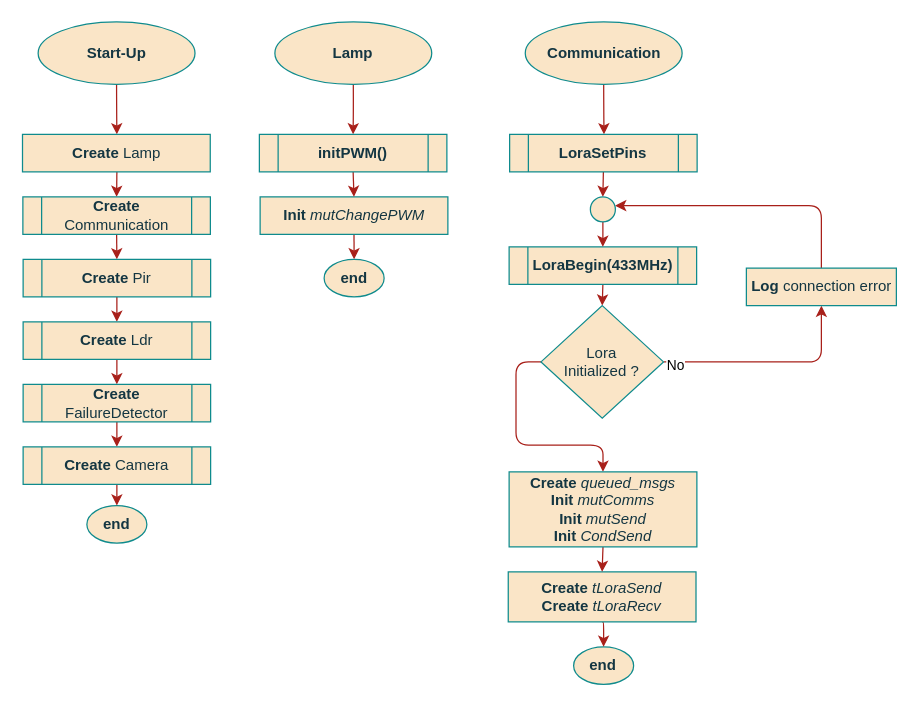
Above: page "boot" (3 of 7) of project/report/flowcharts/LStasks/tLampControl.drawio in ESRGgroup9/slipad (draw.io), before the change. Source tidied: cells renumbered, new cells numbered last; positions are measured from the earlier drawing's top-left corner, leaving out a move shared by most shapes. Both pictures are drawn from the tidied source at 125%, with x=0, y=0 at pixel (22, 21).
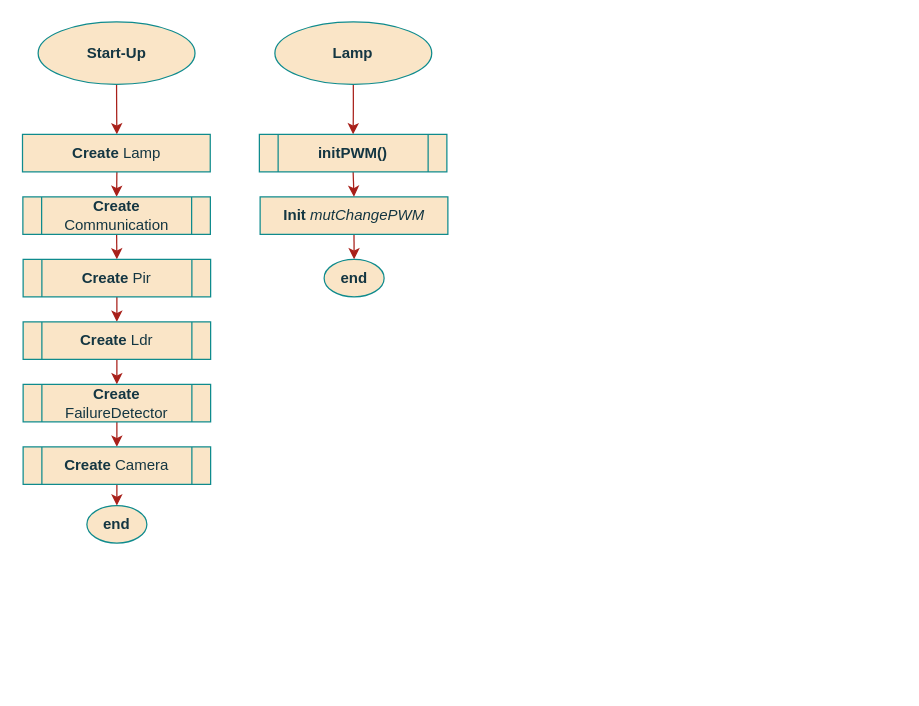
Above is the later version.

Diff of the diagram source:
```diff
@@
-    <mxCell id="2" style="edgeStyle=orthogonalEdgeStyle;curved=0;rounded=1;sketch=0;jettySize=auto;html=1;exitX=0.5;exitY=1;exitDx=0;exitDy=0;entryX=0.5;entryY=0;entryDx=0;entryDy=0;fontColor=#143642;strokeColor=#A8201A;fillColor=#FAE5C7;" parent="1" edge="1" source="3">
-      <mxGeometry relative="1" as="geometry">
-        <mxPoint x="464.7" y="90" as="targetPoint" />
-      </mxGeometry>
-    </mxCell>
-    <mxCell id="3" value="Communication" style="ellipse;whiteSpace=wrap;html=1;fillColor=#FAE5C7;strokeColor=#0F8B8D;fontColor=#143642;fontStyle=1;" parent="1" vertex="1">
-      <mxGeometry x="401.7" width="125.5" height="50" as="geometry" />
-    </mxCell>
-    <mxCell id="4" value="end" style="ellipse;whiteSpace=wrap;html=1;fillColor=#FAE5C7;strokeColor=#0F8B8D;fontColor=#143642;fontStyle=1;" parent="1" vertex="1">
-      <mxGeometry x="440.4" y="500" width="48" height="30" as="geometry" />
-    </mxCell>
-    <mxCell id="5" style="edgeStyle=orthogonalEdgeStyle;rounded=1;jettySize=auto;html=1;exitX=0.5;exitY=1;exitDx=0;exitDy=0;entryX=0.5;entryY=0;entryDx=0;entryDy=0;fontSize=11;strokeColor=#A8201A;" parent="1" edge="1" source="6" target="11">
-      <mxGeometry relative="1" as="geometry" />
-    </mxCell>
-    <mxCell id="6" value="LoraBegin(433MHz)" style="shape=process;whiteSpace=wrap;html=1;backgroundOutline=1;rounded=0;sketch=0;fontColor=#143642;strokeColor=#0F8B8D;fillColor=#FAE5C7;fontStyle=1;" parent="1" vertex="1">
-      <mxGeometry x="388.8" y="180" width="150" height="30" as="geometry" />
-    </mxCell>
-    <mxCell id="7" style="edgeStyle=orthogonalEdgeStyle;rounded=1;jettySize=auto;html=1;exitX=0.5;exitY=0;exitDx=0;exitDy=0;fontSize=11;strokeColor=#A8201A;startArrow=none;" parent="1" edge="1" source="16">
-      <mxGeometry relative="1" as="geometry">
-        <mxPoint x="473.6" y="147" as="targetPoint" />
-        <Array as="points">
-          <mxPoint x="638.6" y="147" />
-        </Array>
-      </mxGeometry>
-    </mxCell>
-    <mxCell id="8" style="edgeStyle=orthogonalEdgeStyle;rounded=1;jettySize=auto;html=1;exitX=1;exitY=0.5;exitDx=0;exitDy=0;entryX=0.5;entryY=1;entryDx=0;entryDy=0;fontSize=11;strokeColor=#A8201A;" parent="1" edge="1" source="11" target="16">
-      <mxGeometry relative="1" as="geometry" />
-    </mxCell>
-    <mxCell id="9" value="No" style="edgeLabel;html=1;align=center;verticalAlign=middle;fontSize=11;" parent="8" vertex="1">
-      <mxGeometry x="-0.9" y="-2" relative="1" as="geometry" />
-    </mxCell>
-    <mxCell id="10" style="edgeStyle=orthogonalEdgeStyle;rounded=1;jettySize=auto;html=1;exitX=0;exitY=0.5;exitDx=0;exitDy=0;entryX=0.5;entryY=0;entryDx=0;entryDy=0;strokeColor=#A8201A;" parent="1" edge="1" source="11" target="42">
-      <mxGeometry relative="1" as="geometry" />
-    </mxCell>
-    <mxCell id="11" value="&lt;div&gt;Lora&lt;/div&gt;&lt;div&gt;Initialized ?&lt;/div&gt;" style="rhombus;whiteSpace=wrap;html=1;rounded=0;sketch=0;fontColor=#143642;strokeColor=#0F8B8D;fillColor=#FAE5C7;" parent="1" vertex="1">
-      <mxGeometry x="414.3" y="227" width="98" height="90" as="geometry" />
-    </mxCell>
-    <mxCell id="12" style="edgeStyle=orthogonalEdgeStyle;rounded=1;jettySize=auto;html=1;exitX=0.5;exitY=1;exitDx=0;exitDy=0;entryX=0.5;entryY=0;entryDx=0;entryDy=0;fontSize=11;strokeColor=#A8201A;startArrow=none;" parent="1" edge="1" source="15" target="6">
-      <mxGeometry relative="1" as="geometry" />
-    </mxCell>
-    <mxCell id="13" style="edgeStyle=orthogonalEdgeStyle;rounded=1;jettySize=auto;html=1;exitX=0.5;exitY=1;exitDx=0;exitDy=0;entryX=0.5;entryY=0;entryDx=0;entryDy=0;strokeColor=#A8201A;" parent="1" edge="1" source="14" target="15">
-      <mxGeometry relative="1" as="geometry" />
-    </mxCell>
-    <mxCell id="14" value="LoraSetPins" style="shape=process;whiteSpace=wrap;html=1;backgroundOutline=1;rounded=0;sketch=0;fontColor=#143642;strokeColor=#0F8B8D;fillColor=#FAE5C7;fontStyle=1;" parent="1" vertex="1">
-      <mxGeometry x="389.2" y="90" width="150" height="30" as="geometry" />
-    </mxCell>
-    <mxCell id="15" style="ellipse;whiteSpace=wrap;html=1;rounded=0;sketch=0;fontColor=#143642;strokeColor=#0F8B8D;fillColor=#FAE5C7;" parent="1" vertex="1">
-      <mxGeometry x="453.8" y="140" width="20" height="20" as="geometry" />
-    </mxCell>
-    <mxCell id="16" value="&lt;b&gt;Log&lt;/b&gt; connection error" style="rounded=0;whiteSpace=wrap;html=1;sketch=0;fontColor=#143642;strokeColor=#0F8B8D;fillColor=#FAE5C7;" parent="1" vertex="1">
-      <mxGeometry x="578.6" y="197" width="120" height="30" as="geometry" />
-    </mxCell>
@@
-    <mxCell id="23" style="edgeStyle=orthogonalEdgeStyle;rounded=1;jettySize=auto;html=1;exitX=0.5;exitY=1;exitDx=0;exitDy=0;entryX=0.5;entryY=0;entryDx=0;entryDy=0;strokeColor=#A8201A;" parent="1" edge="1" source="24" target="4">
-      <mxGeometry relative="1" as="geometry" />
-    </mxCell>
-    <mxCell id="24" value="&lt;div&gt;&lt;b&gt;Create&lt;/b&gt; &lt;i&gt;tLoraSend&lt;/i&gt;&lt;/div&gt;&lt;div&gt;&lt;b&gt;Create&lt;/b&gt; &lt;i&gt;tLoraRecv&lt;/i&gt;&lt;/div&gt;" style="rounded=0;whiteSpace=wrap;html=1;sketch=0;fontColor=#143642;strokeColor=#0F8B8D;fillColor=#FAE5C7;" parent="1" vertex="1">
-      <mxGeometry x="388.1" y="440" width="150.2" height="40" as="geometry" />
-    </mxCell>
@@
-    <mxCell id="41" style="edgeStyle=orthogonalEdgeStyle;rounded=1;jettySize=auto;html=1;exitX=0.5;exitY=1;exitDx=0;exitDy=0;entryX=0.5;entryY=0;entryDx=0;entryDy=0;strokeColor=#A8201A;" parent="1" edge="1" target="24">
-      <mxGeometry relative="1" as="geometry">
-        <mxPoint x="463.9" y="420" as="sourcePoint" />
-      </mxGeometry>
-    </mxCell>
-    <mxCell id="42" value="&lt;div&gt;&lt;b&gt;Create&lt;/b&gt; &lt;i&gt;queued_msgs&lt;/i&gt;&lt;/div&gt;&lt;div&gt;&lt;b&gt;Init &lt;/b&gt;&lt;i&gt;mutComms&lt;/i&gt;&lt;/div&gt;&lt;div&gt;&lt;b&gt;Init &lt;/b&gt;&lt;i&gt;mutSend&lt;/i&gt;&lt;/div&gt;&lt;div&gt;&lt;b&gt;Init&lt;/b&gt; &lt;i&gt;CondSend&lt;/i&gt;&lt;br&gt;&lt;/div&gt;" style="rounded=0;whiteSpace=wrap;html=1;sketch=0;fontColor=#143642;strokeColor=#0F8B8D;fillColor=#FAE5C7;" parent="1" vertex="1">
-      <mxGeometry x="388.8" y="360" width="150.2" height="60" as="geometry" />
-    </mxCell>
```
